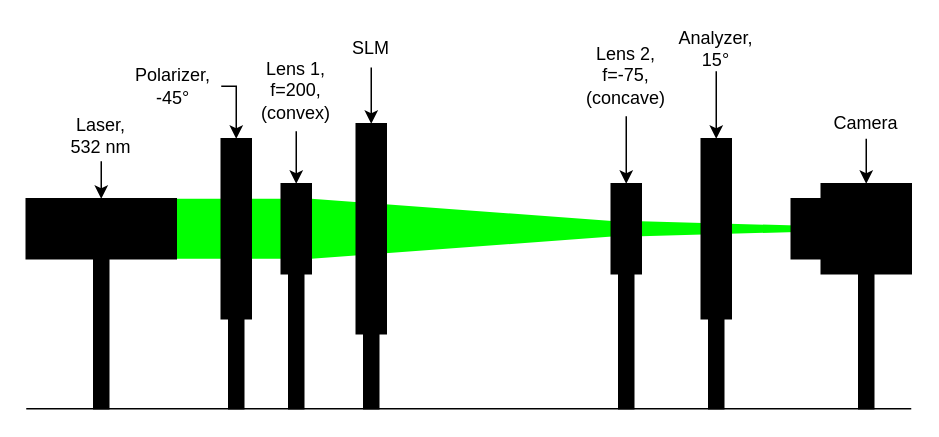
The draw.io diagram docs/source/images/setup_4.drawio in nbaehler/mask-designer, before the edit. Source tidied: cells renumbered, new cells numbered last; positions are measured from the earlier drawing's top-left corner, leaving out a move shared by most shapes. Both pictures are drawn from the tidied source at 150%, with x=0, y=0 at pixel (26, 26).
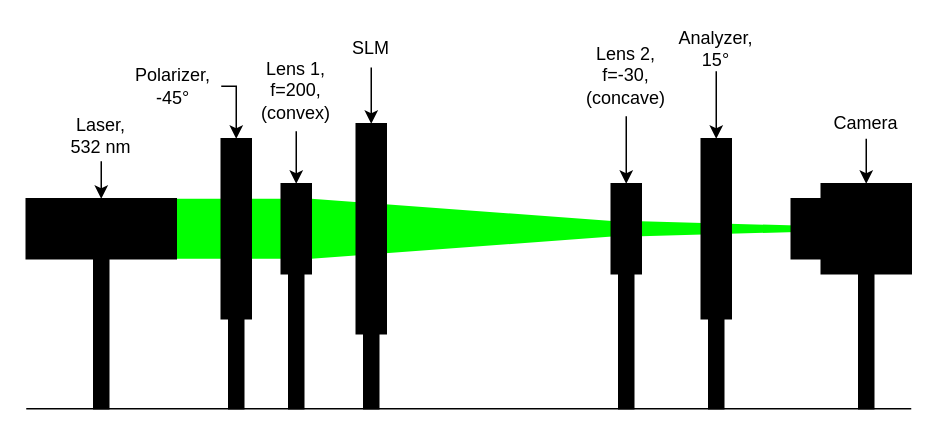
After the change.

Diff of the diagram source:
```diff
@@
-    <mxCell id="25" value="&lt;div&gt;Lens 2,&lt;/div&gt;&lt;div&gt;f=-75,&lt;br&gt;&lt;/div&gt;&lt;div&gt;(concave)&lt;/div&gt;" style="text;html=1;strokeColor=none;fillColor=none;align=center;verticalAlign=middle;whiteSpace=wrap;rounded=0;" parent="1" vertex="1">
+    <mxCell id="25" value="&lt;div&gt;Lens 2,&lt;/div&gt;&lt;div&gt;f=-30,&lt;br&gt;&lt;/div&gt;&lt;div&gt;(concave)&lt;/div&gt;" style="text;html=1;strokeColor=none;fillColor=none;align=center;verticalAlign=middle;whiteSpace=wrap;rounded=0;" parent="1" vertex="1">
       <mxGeometry x="370" y="5" width="60" height="55" as="geometry" />
     </mxCell>
```
